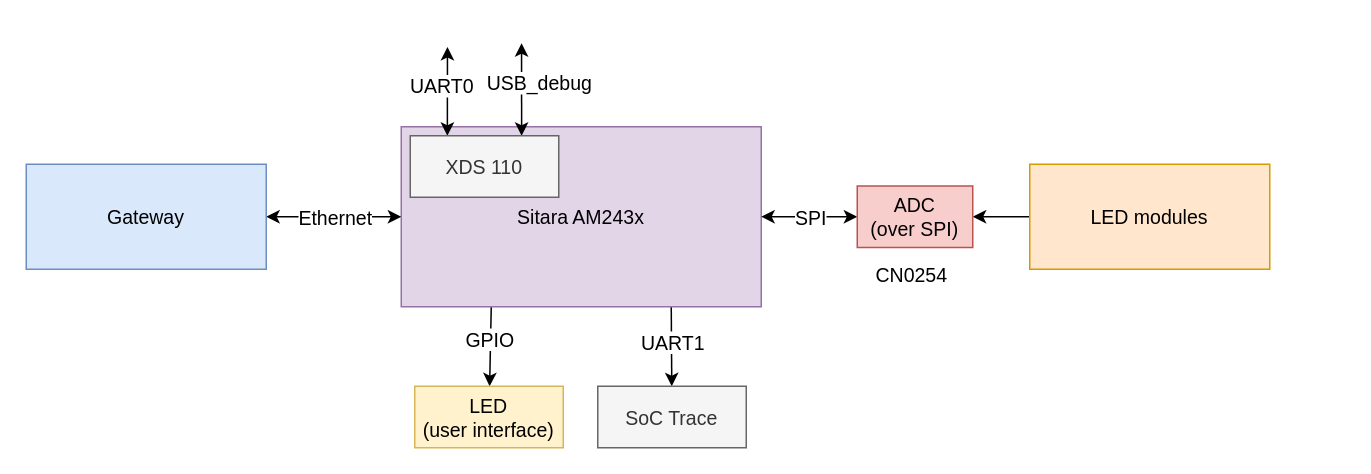
petrkucerak/diplom-thesis keeps this draw.io diagram as schematic/06-hw-prototype.drawio. Above is the earlier version. Source tidied: cells renumbered, new cells numbered last; positions are measured from the earlier drawing's top-left corner, leaving out a move shared by most shapes. Both pictures are drawn from the tidied source at 150%, with x=0, y=0 at pixel (26, 42).
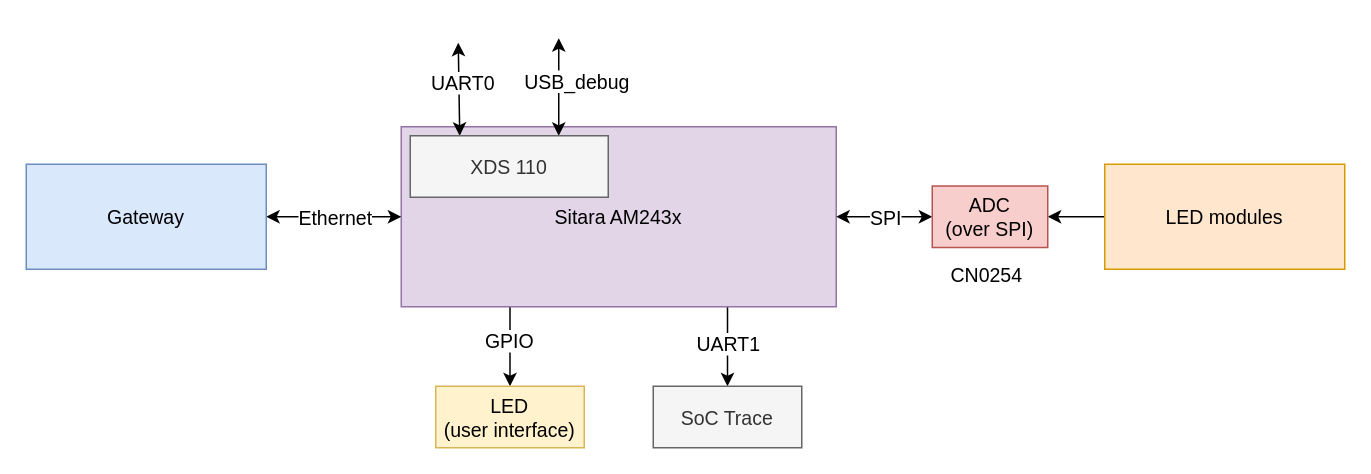
After the change.

What changed in the source:
```diff
@@
     <mxCell id="6" value="&lt;span style=&quot;color: rgb(0, 0, 0); text-wrap-mode: nowrap;&quot;&gt;Sitara AM243x&lt;/span&gt;" style="rounded=0;whiteSpace=wrap;html=1;fillColor=#e1d5e7;strokeColor=#9673a6;fontSize=13;" parent="1" vertex="1">
-      <mxGeometry x="250" y="56" width="240" height="120" as="geometry" />
+      <mxGeometry x="250" y="56" width="290" height="120" as="geometry" />
     </mxCell>
@@
     <mxCell id="8" value="LED modules" style="rounded=0;whiteSpace=wrap;html=1;fillColor=#ffe6cc;strokeColor=#d79b00;fontSize=13;" parent="1" vertex="1">
-      <mxGeometry x="669" y="81" width="160" height="70" as="geometry" />
+      <mxGeometry x="719" y="81" width="160" height="70" as="geometry" />
     </mxCell>
@@
-    <mxCell id="12" style="edgeStyle=orthogonalEdgeStyle;html=1;exitX=0;exitY=0.5;exitDx=0;exitDy=0;entryX=1;entryY=0.5;entryDx=0;entryDy=0;startArrow=classic;startFill=1;fontSize=13;" parent="1" edge="1" source="14" target="6">
+    <mxCell id="12" style="edgeStyle=orthogonalEdgeStyle;html=1;exitX=0;exitY=0.5;exitDx=0;exitDy=0;startArrow=classic;startFill=1;fontSize=13;entryX=1;entryY=0.5;entryDx=0;entryDy=0;" parent="1" edge="1" source="14" target="6">
       <mxGeometry relative="1" as="geometry" />
     </mxCell>
@@
     <mxCell id="14" value="ADC&lt;div&gt;(over SPI)&lt;/div&gt;" style="rounded=0;whiteSpace=wrap;html=1;fillColor=#f8cecc;strokeColor=#b85450;fontSize=13;" parent="1" vertex="1">
-      <mxGeometry x="554" y="95.5" width="77" height="41" as="geometry" />
+      <mxGeometry x="604" y="95.5" width="77" height="41" as="geometry" />
     </mxCell>
     <mxCell id="15" value="LED&lt;br&gt;(user interface)" style="rounded=0;whiteSpace=wrap;html=1;fillColor=#fff2cc;strokeColor=#d6b656;fontSize=13;" parent="1" vertex="1">
-      <mxGeometry x="259" y="229" width="99" height="41" as="geometry" />
+      <mxGeometry x="273" y="229" width="99" height="41" as="geometry" />
     </mxCell>
     <mxCell id="16" value="CN0254" style="text;html=1;align=center;verticalAlign=middle;strokeColor=none;fillColor=none;fontSize=13;" parent="1" vertex="1">
-      <mxGeometry x="557" y="141" width="66" height="28" as="geometry" />
+      <mxGeometry x="607" y="141" width="66" height="28" as="geometry" />
     </mxCell>
     <mxCell id="17" value="SoC Trace" style="rounded=0;whiteSpace=wrap;html=1;fillColor=#f5f5f5;strokeColor=#666666;fontColor=#333333;fontSize=13;" parent="1" vertex="1">
-      <mxGeometry x="381" y="229" width="99" height="41" as="geometry" />
+      <mxGeometry x="418" y="229" width="99" height="41" as="geometry" />
     </mxCell>
     <mxCell id="18" style="edgeStyle=none;html=1;exitX=0.25;exitY=0;exitDx=0;exitDy=0;startArrow=classic;startFill=1;fontSize=13;" parent="1" edge="1" source="22">
       <mxGeometry relative="1" as="geometry">
-        <mxPoint x="280.8" y="2.8" as="targetPoint" />
+        <mxPoint x="288" as="targetPoint" />
       </mxGeometry>
     </mxCell>
     <mxCell id="19" value="UART0" style="edgeLabel;html=1;align=center;verticalAlign=middle;fontSize=13;" parent="18" vertex="1">
       <mxGeometry x="0.34" relative="1" as="geometry">
-        <mxPoint x="-4" y="6" as="offset" />
+        <mxPoint x="2" y="6" as="offset" />
       </mxGeometry>
     </mxCell>
     <mxCell id="20" style="edgeStyle=none;html=1;exitX=0.75;exitY=0;exitDx=0;exitDy=0;startArrow=classic;startFill=1;fontSize=13;" parent="1" edge="1" source="22">
       <mxGeometry relative="1" as="geometry">
-        <mxPoint x="330.2" y="0.3" as="targetPoint" />
+        <mxPoint x="355" y="-3" as="targetPoint" />
       </mxGeometry>
     </mxCell>
@@
     <mxCell id="22" value="XDS 110" style="rounded=0;whiteSpace=wrap;html=1;fontSize=13;fillColor=#f5f5f5;fontColor=#333333;strokeColor=#666666;" parent="1" vertex="1">
-      <mxGeometry x="256" y="62" width="99" height="41" as="geometry" />
+      <mxGeometry x="256" y="62" width="132" height="41" as="geometry" />
     </mxCell>
```
